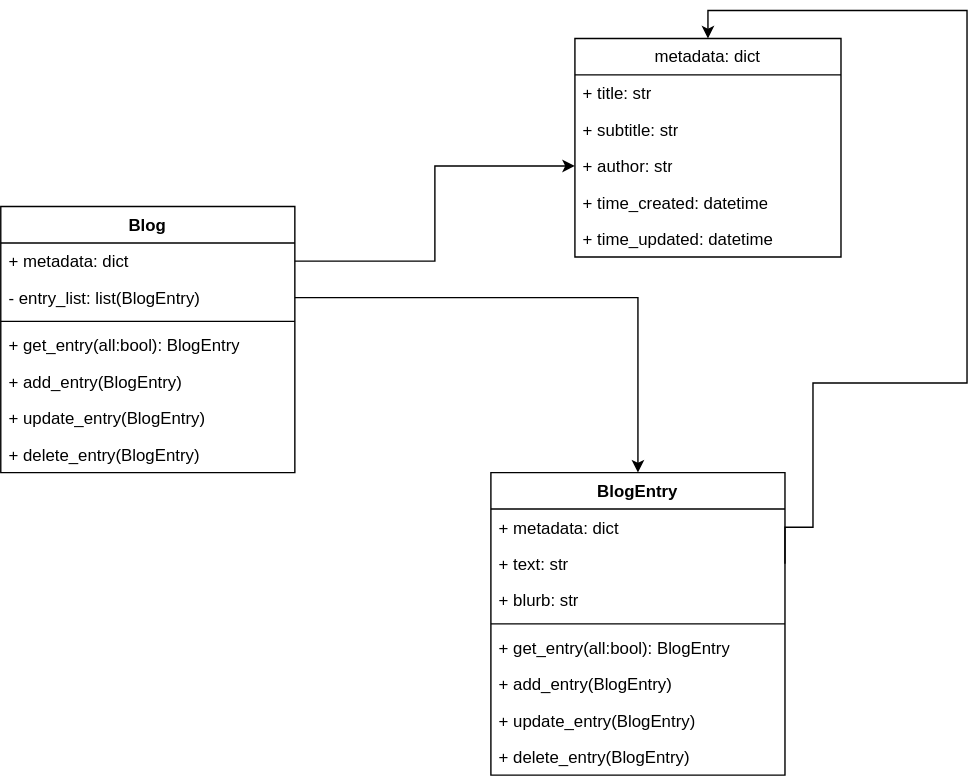
AeroArty/SDDE330_HW1 keeps this draw.io diagram as ClassDiagram.svg. Above is the earlier version. Source tidied: cells renumbered, new cells last; positions are measured from the earlier drawing's top-left corner, leaving out a move shared by most shapes. Its diagram source:
```xml
<mxGraphModel>
  <root>
    <mxCell id="0" />
    <mxCell id="1" parent="0" />
    <mxCell id="2" style="edgeStyle=orthogonalEdgeStyle;rounded=0;jettySize=auto;html=1;entryX=0.5;entryY=0;entryDx=0;entryDy=0;exitX=1;exitY=0.5;exitDx=0;exitDy=0;" parent="1" edge="1" source="5" target="18">
      <mxGeometry relative="1" as="geometry" />
    </mxCell>
    <mxCell id="3" value="Blog" style="swimlane;fontStyle=1;align=center;verticalAlign=top;horizontal=1;startSize=26;whiteSpace=wrap;html=1;" parent="1" vertex="1">
      <mxGeometry y="140" width="210" height="190" as="geometry" />
    </mxCell>
    <mxCell id="4" value="+ metadata: dict&amp;nbsp;" style="text;strokeColor=none;fillColor=none;align=left;verticalAlign=top;spacingLeft=4;spacingRight=4;overflow=hidden;points=[[0,0.5],[1,0.5]];portConstraint=eastwest;whiteSpace=wrap;html=1;" parent="3" vertex="1">
      <mxGeometry y="26" width="210" height="26" as="geometry" />
    </mxCell>
    <mxCell id="5" value="- entry_list: list(BlogEntry)&amp;nbsp;" style="text;strokeColor=none;fillColor=none;align=left;verticalAlign=top;spacingLeft=4;spacingRight=4;overflow=hidden;points=[[0,0.5],[1,0.5]];portConstraint=eastwest;whiteSpace=wrap;html=1;" parent="3" vertex="1">
      <mxGeometry y="52" width="210" height="26" as="geometry" />
    </mxCell>
    <mxCell id="6" style="line;strokeWidth=1;fillColor=none;align=left;verticalAlign=middle;spacingTop=-1;spacingLeft=3;spacingRight=3;labelPosition=right;strokeColor=inherit;" parent="3" vertex="1">
      <mxGeometry y="78" width="210" height="8" as="geometry" />
    </mxCell>
    <mxCell id="7" value="+ get_entry(all:bool): BlogEntry" style="text;strokeColor=none;fillColor=none;align=left;verticalAlign=top;spacingLeft=4;spacingRight=4;overflow=hidden;whiteSpace=wrap;html=1;" parent="3" vertex="1">
      <mxGeometry y="86" width="210" height="26" as="geometry" />
    </mxCell>
    <mxCell id="8" value="+ add_entry(BlogEntry)" style="text;strokeColor=none;fillColor=none;align=left;verticalAlign=top;spacingLeft=4;spacingRight=4;overflow=hidden;whiteSpace=wrap;html=1;" parent="3" vertex="1">
      <mxGeometry y="112" width="210" height="26" as="geometry" />
    </mxCell>
    <mxCell id="9" value="+ update_entry(BlogEntry)" style="text;strokeColor=none;fillColor=none;align=left;verticalAlign=top;spacingLeft=4;spacingRight=4;overflow=hidden;whiteSpace=wrap;html=1;" parent="3" vertex="1">
      <mxGeometry y="138" width="210" height="26" as="geometry" />
    </mxCell>
    <mxCell id="10" value="+ delete_entry(BlogEntry)" style="text;strokeColor=none;fillColor=none;align=left;verticalAlign=top;spacingLeft=4;spacingRight=4;overflow=hidden;whiteSpace=wrap;html=1;" parent="3" vertex="1">
      <mxGeometry y="164" width="210" height="26" as="geometry" />
    </mxCell>
    <mxCell id="11" value="metadata: dict" style="swimlane;fontStyle=0;horizontal=1;startSize=26;fillColor=none;whiteSpace=wrap;html=1;" parent="1" vertex="1">
      <mxGeometry x="410" y="20" width="190" height="156" as="geometry" />
    </mxCell>
    <mxCell id="12" value="+ title: str" style="text;strokeColor=none;fillColor=none;align=left;verticalAlign=top;spacingLeft=4;spacingRight=4;overflow=hidden;whiteSpace=wrap;html=1;" parent="11" vertex="1">
      <mxGeometry y="26" width="190" height="26" as="geometry" />
    </mxCell>
    <mxCell id="13" value="+ subtitle: str" style="text;strokeColor=none;fillColor=none;align=left;verticalAlign=top;spacingLeft=4;spacingRight=4;overflow=hidden;whiteSpace=wrap;html=1;" parent="11" vertex="1">
      <mxGeometry y="52" width="190" height="26" as="geometry" />
    </mxCell>
    <mxCell id="14" value="+ author: str" style="text;strokeColor=none;fillColor=none;align=left;verticalAlign=top;spacingLeft=4;spacingRight=4;overflow=hidden;points=[[0,0.5],[1,0.5]];portConstraint=eastwest;whiteSpace=wrap;html=1;" parent="11" vertex="1">
      <mxGeometry y="78" width="190" height="26" as="geometry" />
    </mxCell>
    <mxCell id="15" value="+ time_created: datetime" style="text;strokeColor=none;fillColor=none;align=left;verticalAlign=top;spacingLeft=4;spacingRight=4;overflow=hidden;whiteSpace=wrap;html=1;" parent="11" vertex="1">
      <mxGeometry y="104" width="190" height="26" as="geometry" />
    </mxCell>
    <mxCell id="16" value="+ time_updated: datetime" style="text;strokeColor=none;fillColor=none;align=left;verticalAlign=top;spacingLeft=4;spacingRight=4;overflow=hidden;whiteSpace=wrap;html=1;" parent="11" vertex="1">
      <mxGeometry y="130" width="190" height="26" as="geometry" />
    </mxCell>
    <mxCell id="17" style="edgeStyle=orthogonalEdgeStyle;rounded=0;jettySize=auto;html=1;exitX=1;exitY=0.5;exitDx=0;exitDy=0;entryX=0;entryY=0.5;entryDx=0;entryDy=0;" parent="1" edge="1" source="4" target="14">
      <mxGeometry relative="1" as="geometry" />
    </mxCell>
    <mxCell id="18" value="BlogEntry" style="swimlane;fontStyle=1;align=center;verticalAlign=top;horizontal=1;startSize=26;whiteSpace=wrap;html=1;" parent="1" vertex="1">
      <mxGeometry x="350" y="330" width="210" height="216" as="geometry" />
    </mxCell>
    <mxCell id="19" value="+ metadata: dict&amp;nbsp;" style="text;strokeColor=none;fillColor=none;align=left;verticalAlign=top;spacingLeft=4;spacingRight=4;overflow=hidden;whiteSpace=wrap;html=1;" parent="18" vertex="1">
      <mxGeometry y="26" width="210" height="26" as="geometry" />
    </mxCell>
    <mxCell id="20" value="+ text: str" style="text;strokeColor=none;fillColor=none;align=left;verticalAlign=top;spacingLeft=4;spacingRight=4;overflow=hidden;points=[[0,0.5],[1,0.5]];portConstraint=eastwest;whiteSpace=wrap;html=1;" parent="18" vertex="1">
      <mxGeometry y="52" width="210" height="26" as="geometry" />
    </mxCell>
    <mxCell id="21" value="+ blurb: str" style="text;strokeColor=none;fillColor=none;align=left;verticalAlign=top;spacingLeft=4;spacingRight=4;overflow=hidden;whiteSpace=wrap;html=1;" parent="18" vertex="1">
      <mxGeometry y="78" width="210" height="26" as="geometry" />
    </mxCell>
    <mxCell id="22" style="line;strokeWidth=1;fillColor=none;align=left;verticalAlign=middle;spacingTop=-1;spacingLeft=3;spacingRight=3;labelPosition=right;strokeColor=inherit;" parent="18" vertex="1">
      <mxGeometry y="104" width="210" height="8" as="geometry" />
    </mxCell>
    <mxCell id="23" value="+ get_entry(all:bool): BlogEntry" style="text;strokeColor=none;fillColor=none;align=left;verticalAlign=top;spacingLeft=4;spacingRight=4;overflow=hidden;whiteSpace=wrap;html=1;" parent="18" vertex="1">
      <mxGeometry y="112" width="210" height="26" as="geometry" />
    </mxCell>
    <mxCell id="24" value="+ add_entry(BlogEntry)" style="text;strokeColor=none;fillColor=none;align=left;verticalAlign=top;spacingLeft=4;spacingRight=4;overflow=hidden;whiteSpace=wrap;html=1;" parent="18" vertex="1">
      <mxGeometry y="138" width="210" height="26" as="geometry" />
    </mxCell>
    <mxCell id="25" value="+ update_entry(BlogEntry)" style="text;strokeColor=none;fillColor=none;align=left;verticalAlign=top;spacingLeft=4;spacingRight=4;overflow=hidden;whiteSpace=wrap;html=1;" parent="18" vertex="1">
      <mxGeometry y="164" width="210" height="26" as="geometry" />
    </mxCell>
    <mxCell id="26" value="+ delete_entry(BlogEntry)" style="text;strokeColor=none;fillColor=none;align=left;verticalAlign=top;spacingLeft=4;spacingRight=4;overflow=hidden;whiteSpace=wrap;html=1;" parent="18" vertex="1">
      <mxGeometry y="190" width="210" height="26" as="geometry" />
    </mxCell>
    <mxCell id="27" style="edgeStyle=orthogonalEdgeStyle;rounded=0;jettySize=auto;html=1;exitX=1;exitY=0.5;exitDx=0;exitDy=0;entryX=0.5;entryY=0;entryDx=0;entryDy=0;" parent="1" edge="1" source="20" target="11">
      <mxGeometry relative="1" as="geometry">
        <Array as="points">
          <mxPoint x="580" y="369" />
          <mxPoint x="580" y="266" />
          <mxPoint x="690" y="266" />
          <mxPoint x="690" />
          <mxPoint x="505" />
        </Array>
      </mxGeometry>
    </mxCell>
  </root>
</mxGraphModel>
```
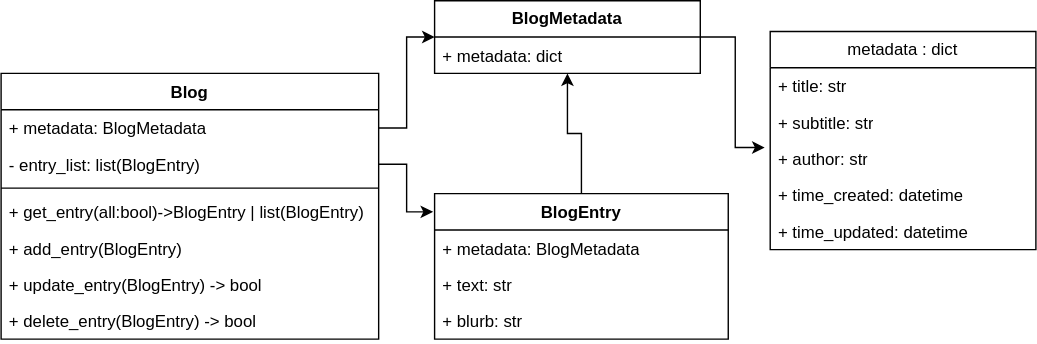
Above is the later version.

Commit message:
Update diagram svg and remove html file

The edit, as a diff of the source:
```diff
@@ -2,35 +2,35 @@
   <root>
     <mxCell id="0" />
     <mxCell id="1" parent="0" />
-    <mxCell id="2" style="edgeStyle=orthogonalEdgeStyle;rounded=0;jettySize=auto;html=1;entryX=0.5;entryY=0;entryDx=0;entryDy=0;exitX=1;exitY=0.5;exitDx=0;exitDy=0;" parent="1" edge="1" source="5" target="18">
+    <mxCell id="2" style="edgeStyle=orthogonalEdgeStyle;rounded=0;jettySize=auto;html=1;entryX=-0.005;entryY=0.125;entryDx=0;entryDy=0;exitX=1;exitY=0.5;exitDx=0;exitDy=0;entryPerimeter=0;" parent="1" edge="1" source="5" target="18">
       <mxGeometry relative="1" as="geometry" />
     </mxCell>
     <mxCell id="3" value="Blog" style="swimlane;fontStyle=1;align=center;verticalAlign=top;horizontal=1;startSize=26;whiteSpace=wrap;html=1;" parent="1" vertex="1">
-      <mxGeometry y="140" width="210" height="190" as="geometry" />
+      <mxGeometry x="-60" y="140" width="270" height="190" as="geometry" />
     </mxCell>
-    <mxCell id="4" value="+ metadata: dict&amp;nbsp;" style="text;strokeColor=none;fillColor=none;align=left;verticalAlign=top;spacingLeft=4;spacingRight=4;overflow=hidden;points=[[0,0.5],[1,0.5]];portConstraint=eastwest;whiteSpace=wrap;html=1;" parent="3" vertex="1">
-      <mxGeometry y="26" width="210" height="26" as="geometry" />
+    <mxCell id="4" value="+ metadata: BlogMetadata&amp;nbsp;" style="text;strokeColor=none;fillColor=none;align=left;verticalAlign=top;spacingLeft=4;spacingRight=4;overflow=hidden;points=[[0,0.5],[1,0.5]];portConstraint=eastwest;whiteSpace=wrap;html=1;" parent="3" vertex="1">
+      <mxGeometry y="26" width="270" height="26" as="geometry" />
     </mxCell>
     <mxCell id="5" value="- entry_list: list(BlogEntry)&amp;nbsp;" style="text;strokeColor=none;fillColor=none;align=left;verticalAlign=top;spacingLeft=4;spacingRight=4;overflow=hidden;points=[[0,0.5],[1,0.5]];portConstraint=eastwest;whiteSpace=wrap;html=1;" parent="3" vertex="1">
-      <mxGeometry y="52" width="210" height="26" as="geometry" />
+      <mxGeometry y="52" width="270" height="26" as="geometry" />
     </mxCell>
     <mxCell id="6" style="line;strokeWidth=1;fillColor=none;align=left;verticalAlign=middle;spacingTop=-1;spacingLeft=3;spacingRight=3;labelPosition=right;strokeColor=inherit;" parent="3" vertex="1">
-      <mxGeometry y="78" width="210" height="8" as="geometry" />
+      <mxGeometry y="78" width="270" height="8" as="geometry" />
     </mxCell>
-    <mxCell id="7" value="+ get_entry(all:bool): BlogEntry" style="text;strokeColor=none;fillColor=none;align=left;verticalAlign=top;spacingLeft=4;spacingRight=4;overflow=hidden;whiteSpace=wrap;html=1;" parent="3" vertex="1">
-      <mxGeometry y="86" width="210" height="26" as="geometry" />
+    <mxCell id="7" value="+ get_entry(all:bool)-&amp;gt;BlogEntry | list(BlogEntry)" style="text;strokeColor=none;fillColor=none;align=left;verticalAlign=top;spacingLeft=4;spacingRight=4;overflow=hidden;whiteSpace=wrap;html=1;" parent="3" vertex="1">
+      <mxGeometry y="86" width="270" height="26" as="geometry" />
     </mxCell>
     <mxCell id="8" value="+ add_entry(BlogEntry)" style="text;strokeColor=none;fillColor=none;align=left;verticalAlign=top;spacingLeft=4;spacingRight=4;overflow=hidden;whiteSpace=wrap;html=1;" parent="3" vertex="1">
-      <mxGeometry y="112" width="210" height="26" as="geometry" />
+      <mxGeometry y="112" width="270" height="26" as="geometry" />
     </mxCell>
-    <mxCell id="9" value="+ update_entry(BlogEntry)" style="text;strokeColor=none;fillColor=none;align=left;verticalAlign=top;spacingLeft=4;spacingRight=4;overflow=hidden;whiteSpace=wrap;html=1;" parent="3" vertex="1">
-      <mxGeometry y="138" width="210" height="26" as="geometry" />
+    <mxCell id="9" value="+ update_entry(BlogEntry) -&amp;gt; bool" style="text;strokeColor=none;fillColor=none;align=left;verticalAlign=top;spacingLeft=4;spacingRight=4;overflow=hidden;whiteSpace=wrap;html=1;" parent="3" vertex="1">
+      <mxGeometry y="138" width="270" height="26" as="geometry" />
     </mxCell>
-    <mxCell id="10" value="+ delete_entry(BlogEntry)" style="text;strokeColor=none;fillColor=none;align=left;verticalAlign=top;spacingLeft=4;spacingRight=4;overflow=hidden;whiteSpace=wrap;html=1;" parent="3" vertex="1">
-      <mxGeometry y="164" width="210" height="26" as="geometry" />
+    <mxCell id="10" value="+ delete_entry(BlogEntry) -&amp;gt; bool" style="text;strokeColor=none;fillColor=none;align=left;verticalAlign=top;spacingLeft=4;spacingRight=4;overflow=hidden;whiteSpace=wrap;html=1;" parent="3" vertex="1">
+      <mxGeometry y="164" width="270" height="26" as="geometry" />
     </mxCell>
-    <mxCell id="11" value="metadata: dict" style="swimlane;fontStyle=0;horizontal=1;startSize=26;fillColor=none;whiteSpace=wrap;html=1;" parent="1" vertex="1">
-      <mxGeometry x="410" y="20" width="190" height="156" as="geometry" />
+    <mxCell id="11" value="metadata : dict" style="swimlane;fontStyle=0;horizontal=1;startSize=26;fillColor=none;whiteSpace=wrap;html=1;" parent="1" vertex="1">
+      <mxGeometry x="490" y="110" width="190" height="156" as="geometry" />
     </mxCell>
     <mxCell id="12" value="+ title: str" style="text;strokeColor=none;fillColor=none;align=left;verticalAlign=top;spacingLeft=4;spacingRight=4;overflow=hidden;whiteSpace=wrap;html=1;" parent="11" vertex="1">
       <mxGeometry y="26" width="190" height="26" as="geometry" />
@@ -47,13 +47,13 @@
     <mxCell id="16" value="+ time_updated: datetime" style="text;strokeColor=none;fillColor=none;align=left;verticalAlign=top;spacingLeft=4;spacingRight=4;overflow=hidden;whiteSpace=wrap;html=1;" parent="11" vertex="1">
       <mxGeometry y="130" width="190" height="26" as="geometry" />
     </mxCell>
-    <mxCell id="17" style="edgeStyle=orthogonalEdgeStyle;rounded=0;jettySize=auto;html=1;exitX=1;exitY=0.5;exitDx=0;exitDy=0;entryX=0;entryY=0.5;entryDx=0;entryDy=0;" parent="1" edge="1" source="4" target="14">
+    <mxCell id="17" style="edgeStyle=orthogonalEdgeStyle;rounded=0;jettySize=auto;html=1;exitX=1;exitY=0.5;exitDx=0;exitDy=0;entryX=0;entryY=0.5;entryDx=0;entryDy=0;" parent="1" edge="1" source="4" target="28">
       <mxGeometry relative="1" as="geometry" />
     </mxCell>
     <mxCell id="18" value="BlogEntry" style="swimlane;fontStyle=1;align=center;verticalAlign=top;horizontal=1;startSize=26;whiteSpace=wrap;html=1;" parent="1" vertex="1">
-      <mxGeometry x="350" y="330" width="210" height="216" as="geometry" />
+      <mxGeometry x="250" y="226" width="210" height="104" as="geometry" />
     </mxCell>
-    <mxCell id="19" value="+ metadata: dict&amp;nbsp;" style="text;strokeColor=none;fillColor=none;align=left;verticalAlign=top;spacingLeft=4;spacingRight=4;overflow=hidden;whiteSpace=wrap;html=1;" parent="18" vertex="1">
+    <mxCell id="19" value="+ metadata: BlogMetadata" style="text;strokeColor=none;fillColor=none;align=left;verticalAlign=top;spacingLeft=4;spacingRight=4;overflow=hidden;whiteSpace=wrap;html=1;" parent="18" vertex="1">
       <mxGeometry y="26" width="210" height="26" as="geometry" />
     </mxCell>
     <mxCell id="20" value="+ text: str" style="text;strokeColor=none;fillColor=none;align=left;verticalAlign=top;spacingLeft=4;spacingRight=4;overflow=hidden;points=[[0,0.5],[1,0.5]];portConstraint=eastwest;whiteSpace=wrap;html=1;" parent="18" vertex="1">
@@ -62,31 +62,17 @@
     <mxCell id="21" value="+ blurb: str" style="text;strokeColor=none;fillColor=none;align=left;verticalAlign=top;spacingLeft=4;spacingRight=4;overflow=hidden;whiteSpace=wrap;html=1;" parent="18" vertex="1">
       <mxGeometry y="78" width="210" height="26" as="geometry" />
     </mxCell>
-    <mxCell id="22" style="line;strokeWidth=1;fillColor=none;align=left;verticalAlign=middle;spacingTop=-1;spacingLeft=3;spacingRight=3;labelPosition=right;strokeColor=inherit;" parent="18" vertex="1">
-      <mxGeometry y="104" width="210" height="8" as="geometry" />
-    </mxCell>
-    <mxCell id="23" value="+ get_entry(all:bool): BlogEntry" style="text;strokeColor=none;fillColor=none;align=left;verticalAlign=top;spacingLeft=4;spacingRight=4;overflow=hidden;whiteSpace=wrap;html=1;" parent="18" vertex="1">
-      <mxGeometry y="112" width="210" height="26" as="geometry" />
-    </mxCell>
-    <mxCell id="24" value="+ add_entry(BlogEntry)" style="text;strokeColor=none;fillColor=none;align=left;verticalAlign=top;spacingLeft=4;spacingRight=4;overflow=hidden;whiteSpace=wrap;html=1;" parent="18" vertex="1">
-      <mxGeometry y="138" width="210" height="26" as="geometry" />
-    </mxCell>
-    <mxCell id="25" value="+ update_entry(BlogEntry)" style="text;strokeColor=none;fillColor=none;align=left;verticalAlign=top;spacingLeft=4;spacingRight=4;overflow=hidden;whiteSpace=wrap;html=1;" parent="18" vertex="1">
-      <mxGeometry y="164" width="210" height="26" as="geometry" />
-    </mxCell>
-    <mxCell id="26" value="+ delete_entry(BlogEntry)" style="text;strokeColor=none;fillColor=none;align=left;verticalAlign=top;spacingLeft=4;spacingRight=4;overflow=hidden;whiteSpace=wrap;html=1;" parent="18" vertex="1">
-      <mxGeometry y="190" width="210" height="26" as="geometry" />
-    </mxCell>
-    <mxCell id="27" style="edgeStyle=orthogonalEdgeStyle;rounded=0;jettySize=auto;html=1;exitX=1;exitY=0.5;exitDx=0;exitDy=0;entryX=0.5;entryY=0;entryDx=0;entryDy=0;" parent="1" edge="1" source="20" target="11">
-      <mxGeometry relative="1" as="geometry">
-        <Array as="points">
-          <mxPoint x="580" y="369" />
-          <mxPoint x="580" y="266" />
-          <mxPoint x="690" y="266" />
-          <mxPoint x="690" />
-          <mxPoint x="505" />
-        </Array>
-      </mxGeometry>
+    <mxCell id="27" style="edgeStyle=orthogonalEdgeStyle;rounded=0;jettySize=auto;html=1;exitX=0.5;exitY=0;exitDx=0;exitDy=0;entryX=0.5;entryY=1;entryDx=0;entryDy=0;" parent="1" edge="1" source="18" target="28">
+      <mxGeometry relative="1" as="geometry" />
     </mxCell>
+    <mxCell id="28" value="&lt;b&gt;BlogMetadata&lt;/b&gt;" style="swimlane;fontStyle=0;horizontal=1;startSize=26;fillColor=none;whiteSpace=wrap;html=1;" parent="1" vertex="1">
+      <mxGeometry x="250" y="88" width="190" height="52" as="geometry" />
+    </mxCell>
+    <mxCell id="29" value="+ metadata: dict" style="text;strokeColor=none;fillColor=none;align=left;verticalAlign=top;spacingLeft=4;spacingRight=4;overflow=hidden;whiteSpace=wrap;html=1;" parent="28" vertex="1">
+      <mxGeometry y="26" width="190" height="26" as="geometry" />
+    </mxCell>
+    <mxCell id="30" style="edgeStyle=orthogonalEdgeStyle;rounded=0;jettySize=auto;html=1;exitX=1;exitY=0.5;exitDx=0;exitDy=0;entryX=-0.021;entryY=0.192;entryDx=0;entryDy=0;entryPerimeter=0;" parent="1" edge="1" source="28" target="14">
+      <mxGeometry relative="1" as="geometry" />
+    </mxCell>
   </root>
 </mxGraphModel>
```
